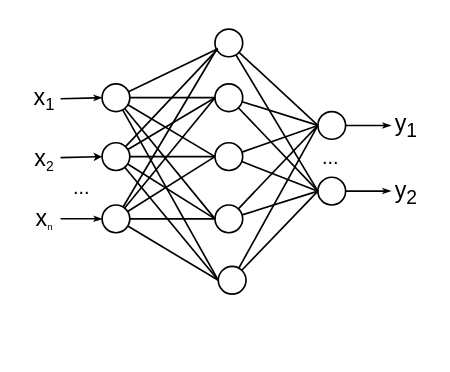
Above: page "第 10 页" (10 of 10) of 故障诊断流程图.drawio in GPlaying/brain_map (draw.io), before the change. Source tidied: cells renumbered, new cells numbered last; positions are measured from the earlier drawing's top-left corner, leaving out a move shared by most shapes. Both pictures are drawn from the tidied source at 166%, with x=0, y=0 at pixel (28, 28).
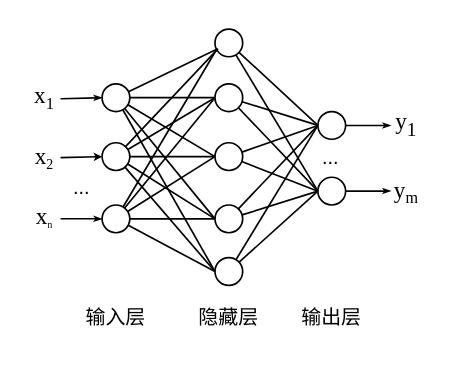
After the change.

Commit message:
更新故障诊断流程图.drawio

The change refers to these unchanged cells:
```xml
<mxCell id="3" style="ellipse;whiteSpace=wrap;html=1;fontFamily=Times New Roman;fontSize=12;fillColor=none;" parent="2" vertex="1">
  <mxGeometry y="29" width="16.7" height="16.7" as="geometry" />
</mxCell>
<mxCell id="4" style="ellipse;whiteSpace=wrap;html=1;fontFamily=Times New Roman;fontSize=12;fillColor=none;" parent="2" vertex="1">
  <mxGeometry y="64.5" width="16.7" height="16.7" as="geometry" />
</mxCell>
```

The edit, as a diff of the source:
```diff
@@
     <mxCell id="2" style="group;" parent="1" vertex="1">
-      <mxGeometry x="44" y="4" width="110.6" height="129" as="geometry" />
+      <mxGeometry x="44" y="4" width="110.6" height="185" as="geometry" />
     </mxCell>
@@
+    <mxCell id="50" value="&lt;font face=&quot;宋体&quot;&gt;隐藏层&lt;/font&gt;" style="text;html=1;strokeColor=none;fillColor=none;align=center;verticalAlign=middle;whiteSpace=wrap;rounded=0;" parent="2" vertex="1">
+      <mxGeometry x="53" y="159" width="47" height="21" as="geometry" />
+    </mxCell>
+    <mxCell id="33" style="ellipse;whiteSpace=wrap;html=1;fontFamily=Times New Roman;fontSize=12;fillColor=none;" parent="2" vertex="1">
+      <mxGeometry x="68" y="133.7" width="16.7" height="16.7" as="geometry" />
+    </mxCell>
+    <mxCell id="38" style="edgeStyle=none;rounded=0;jettySize=auto;html=1;entryX=0;entryY=0.5;entryDx=0;entryDy=0;strokeWidth=1;fontFamily=Times New Roman;fontSize=12;endArrow=none;endFill=0;" parent="2" edge="1" source="3" target="33">
+      <mxGeometry relative="1" as="geometry" />
+    </mxCell>
+    <mxCell id="39" style="edgeStyle=none;rounded=0;jettySize=auto;html=1;entryX=0;entryY=0.5;entryDx=0;entryDy=0;strokeWidth=1;fontFamily=Times New Roman;fontSize=12;endArrow=none;endFill=0;" parent="2" edge="1" source="4" target="33">
+      <mxGeometry relative="1" as="geometry" />
+    </mxCell>
+    <mxCell id="51" value="&lt;font face=&quot;宋体&quot;&gt;输入层&lt;/font&gt;" style="text;html=1;strokeColor=none;fillColor=none;align=center;verticalAlign=middle;whiteSpace=wrap;rounded=0;" parent="2" vertex="1">
+      <mxGeometry x="-15" y="159" width="47" height="21" as="geometry" />
+    </mxCell>
@@
-    <mxCell id="33" style="ellipse;whiteSpace=wrap;html=1;fontFamily=Times New Roman;fontSize=12;fillColor=none;" parent="1" vertex="1">
-      <mxGeometry x="114" y="143" width="16.7" height="16.7" as="geometry" />
-    </mxCell>
@@
-    <mxCell id="38" style="edgeStyle=none;rounded=0;jettySize=auto;html=1;entryX=0;entryY=0.5;entryDx=0;entryDy=0;strokeWidth=1;fontFamily=Times New Roman;fontSize=12;endArrow=none;endFill=0;" parent="1" edge="1" source="3" target="33">
-      <mxGeometry relative="1" as="geometry" />
-    </mxCell>
-    <mxCell id="39" style="edgeStyle=none;rounded=0;jettySize=auto;html=1;entryX=0;entryY=0.5;entryDx=0;entryDy=0;strokeWidth=1;fontFamily=Times New Roman;fontSize=12;endArrow=none;endFill=0;" parent="1" edge="1" source="4" target="33">
-      <mxGeometry relative="1" as="geometry" />
-    </mxCell>
@@
-    <mxCell id="41" value="&lt;font style=&quot;font-size: 14px;&quot;&gt;x&lt;/font&gt;&lt;sub&gt;&lt;font style=&quot;font-size: 10px;&quot;&gt;1&lt;/font&gt;&lt;/sub&gt;" style="text;html=1;strokeColor=none;fillColor=none;align=center;verticalAlign=middle;whiteSpace=wrap;rounded=0;" parent="1" vertex="1">
+    <mxCell id="41" value="&lt;font face=&quot;Times New Roman&quot;&gt;&lt;font style=&quot;font-size: 14px;&quot;&gt;x&lt;/font&gt;&lt;sub&gt;&lt;font style=&quot;font-size: 10px;&quot;&gt;1&lt;/font&gt;&lt;/sub&gt;&lt;/font&gt;" style="text;html=1;strokeColor=none;fillColor=none;align=center;verticalAlign=middle;whiteSpace=wrap;rounded=0;" parent="1" vertex="1">
       <mxGeometry y="34.7" width="19" height="15" as="geometry" />
     </mxCell>
@@
-    <mxCell id="43" value="&lt;font style=&quot;font-size: 14px;&quot;&gt;x&lt;/font&gt;&lt;font style=&quot;font-size: 10px;&quot;&gt;&lt;sub&gt;2&lt;/sub&gt;&lt;/font&gt;" style="text;html=1;strokeColor=none;fillColor=none;align=center;verticalAlign=middle;whiteSpace=wrap;rounded=0;" parent="1" vertex="1">
+    <mxCell id="43" value="&lt;font face=&quot;Times New Roman&quot;&gt;&lt;font style=&quot;font-size: 14px;&quot;&gt;x&lt;/font&gt;&lt;font style=&quot;font-size: 10px;&quot;&gt;&lt;sub&gt;2&lt;/sub&gt;&lt;/font&gt;&lt;/font&gt;" style="text;html=1;strokeColor=none;fillColor=none;align=center;verticalAlign=middle;whiteSpace=wrap;rounded=0;" parent="1" vertex="1">
       <mxGeometry y="70.2" width="19" height="15" as="geometry" />
     </mxCell>
@@
-    <mxCell id="45" value="&lt;font style=&quot;font-size: 14px;&quot;&gt;x&lt;/font&gt;&lt;font style=&quot;font-size: 6.94444px;&quot;&gt;&lt;sub&gt;n&lt;/sub&gt;&lt;/font&gt;" style="text;html=1;strokeColor=none;fillColor=none;align=center;verticalAlign=middle;whiteSpace=wrap;rounded=0;" parent="1" vertex="1">
+    <mxCell id="45" value="&lt;font face=&quot;Times New Roman&quot;&gt;&lt;font style=&quot;font-size: 14px;&quot;&gt;x&lt;/font&gt;&lt;font style=&quot;font-size: 6.94444px;&quot;&gt;&lt;sub&gt;n&lt;/sub&gt;&lt;/font&gt;&lt;/font&gt;" style="text;html=1;strokeColor=none;fillColor=none;align=center;verticalAlign=middle;whiteSpace=wrap;rounded=0;" parent="1" vertex="1">
       <mxGeometry y="106.8" width="19" height="15" as="geometry" />
     </mxCell>
@@
-    <mxCell id="48" value="&lt;span style=&quot;font-size: 14px;&quot;&gt;y&lt;sub&gt;1&lt;/sub&gt;&lt;/span&gt;" style="text;html=1;strokeColor=none;fillColor=none;align=center;verticalAlign=middle;whiteSpace=wrap;rounded=0;" parent="1" vertex="1">
+    <mxCell id="48" value="&lt;span style=&quot;font-size: 14px;&quot;&gt;&lt;font face=&quot;Times New Roman&quot;&gt;y&lt;sub&gt;1&lt;/sub&gt;&lt;/font&gt;&lt;/span&gt;" style="text;html=1;strokeColor=none;fillColor=none;align=center;verticalAlign=middle;whiteSpace=wrap;rounded=0;" parent="1" vertex="1">
       <mxGeometry x="218" y="50.6" width="19" height="15" as="geometry" />
     </mxCell>
-    <mxCell id="49" value="&lt;span style=&quot;font-size: 14px;&quot;&gt;y&lt;sub&gt;2&lt;/sub&gt;&lt;/span&gt;" style="text;html=1;strokeColor=none;fillColor=none;align=center;verticalAlign=middle;whiteSpace=wrap;rounded=0;" parent="1" vertex="1">
+    <mxCell id="49" value="&lt;font face=&quot;Times New Roman&quot;&gt;&lt;span style=&quot;font-size: 14px;&quot;&gt;y&lt;/span&gt;&lt;span style=&quot;font-size: 11.6667px;&quot;&gt;&lt;sub&gt;m&lt;/sub&gt;&lt;/span&gt;&lt;/font&gt;" style="text;html=1;strokeColor=none;fillColor=none;align=center;verticalAlign=middle;whiteSpace=wrap;rounded=0;" parent="1" vertex="1">
       <mxGeometry x="218" y="90.1" width="19" height="15" as="geometry" />
     </mxCell>
+    <mxCell id="52" value="&lt;font face=&quot;宋体&quot;&gt;输出层&lt;/font&gt;" style="text;html=1;strokeColor=none;fillColor=none;align=center;verticalAlign=middle;whiteSpace=wrap;rounded=0;" parent="1" vertex="1">
+      <mxGeometry x="159" y="163" width="47" height="21" as="geometry" />
+    </mxCell>
```
